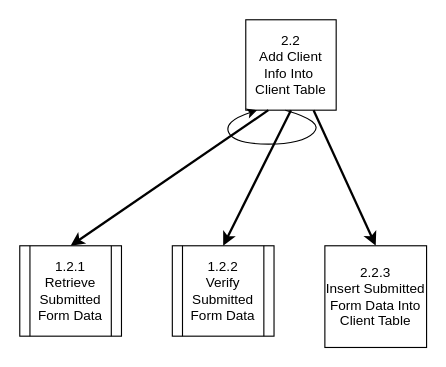
Earlier version of the draw.io diagram page "2.2: Add Client Info to Client Table" (2 of 2) of Diagrams/StructureCharts/Proc2CreateClient.drawio (Harlento/SchedulingSystem). Source tidied: cells renumbered, new cells numbered last; positions are measured from the earlier drawing's top-left corner, leaving out a move shared by most shapes. Both pictures are drawn from the tidied source at 113%, with x=0, y=0 at pixel (19, 19).
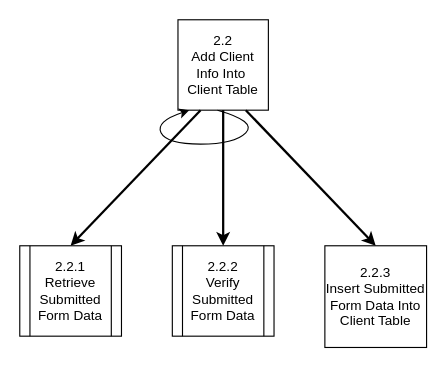
Above is the later version.

Change to the diagram source:
```diff
@@
 <mxGraphModel>
   <root>
     <mxCell id="0" />
     <mxCell id="1" parent="0" />
     <mxCell id="2" value="2.2&lt;br&gt;Add Client Info Into&amp;nbsp; Client Table" style="whiteSpace=wrap;html=1;" parent="1" vertex="1">
-      <mxGeometry x="200" width="80" height="80" as="geometry" />
+      <mxGeometry x="140" width="80" height="80" as="geometry" />
     </mxCell>
     <mxCell id="3" style="endArrow=classic;html=1;exitX=0.25;exitY=1;exitDx=0;exitDy=0;entryX=0.5;entryY=0;entryDx=0;entryDy=0;strokeWidth=2;" parent="1" edge="1" source="2" target="4">
       <mxGeometry relative="1" as="geometry" />
     </mxCell>
-    <mxCell id="4" value="&lt;span style=&quot;white-space: normal&quot;&gt;1.2.1&lt;br&gt;&lt;/span&gt;Retrieve Submitted Form Data" style="shape=process;whiteSpace=wrap;html=1;backgroundOutline=1;" parent="1" vertex="1">
+    <mxCell id="4" value="&lt;span style=&quot;white-space: normal&quot;&gt;2.2.1&lt;br&gt;&lt;/span&gt;Retrieve Submitted Form Data" style="shape=process;whiteSpace=wrap;html=1;backgroundOutline=1;" parent="1" vertex="1">
       <mxGeometry y="200" width="90" height="80" as="geometry" />
     </mxCell>
-    <mxCell id="5" value="&lt;span style=&quot;white-space: normal&quot;&gt;1.2.2&lt;br&gt;&lt;/span&gt;Verify Submitted Form Data" style="shape=process;whiteSpace=wrap;html=1;backgroundOutline=1;" parent="1" vertex="1">
+    <mxCell id="5" value="&lt;span style=&quot;white-space: normal&quot;&gt;2.2.2&lt;br&gt;&lt;/span&gt;Verify Submitted Form Data" style="shape=process;whiteSpace=wrap;html=1;backgroundOutline=1;" parent="1" vertex="1">
       <mxGeometry x="135" y="200" width="90" height="80" as="geometry" />
     </mxCell>
     <mxCell id="6" style="endArrow=classic;html=1;exitX=0.5;exitY=1;exitDx=0;exitDy=0;entryX=0.5;entryY=0;entryDx=0;entryDy=0;strokeWidth=2;" parent="1" edge="1" source="2" target="5">
       <mxGeometry relative="1" as="geometry" />
     </mxCell>
     <mxCell id="7" style="endArrow=classic;html=1;strokeWidth=2;entryX=0.5;entryY=0;entryDx=0;entryDy=0;exitX=0.75;exitY=1;exitDx=0;exitDy=0;" parent="1" edge="1" source="2" target="8">
       <mxGeometry relative="1" as="geometry" />
     </mxCell>
     <mxCell id="8" value="2.2.3&lt;br&gt;Insert Submitted Form Data Into Client Table" style="whiteSpace=wrap;html=1;" parent="1" vertex="1">
       <mxGeometry x="270" y="200" width="90" height="90" as="geometry" />
     </mxCell>
     <mxCell id="9" style="endArrow=classic;html=1;curved=1;" parent="1" edge="1">
       <mxGeometry relative="1" as="geometry">
-        <mxPoint x="235" y="80" as="sourcePoint" />
-        <mxPoint x="210" y="80" as="targetPoint" />
+        <mxPoint x="175" y="80" as="sourcePoint" />
+        <mxPoint x="150" y="80" as="targetPoint" />
         <Array as="points">
-          <mxPoint x="270" y="90" />
-          <mxPoint x="250" y="110" />
+          <mxPoint x="210" y="90" />
           <mxPoint x="190" y="110" />
-          <mxPoint x="180" y="90" />
+          <mxPoint x="130" y="110" />
+          <mxPoint x="120" y="90" />
         </Array>
       </mxGeometry>
     </mxCell>
   </root>
 </mxGraphModel>
```
